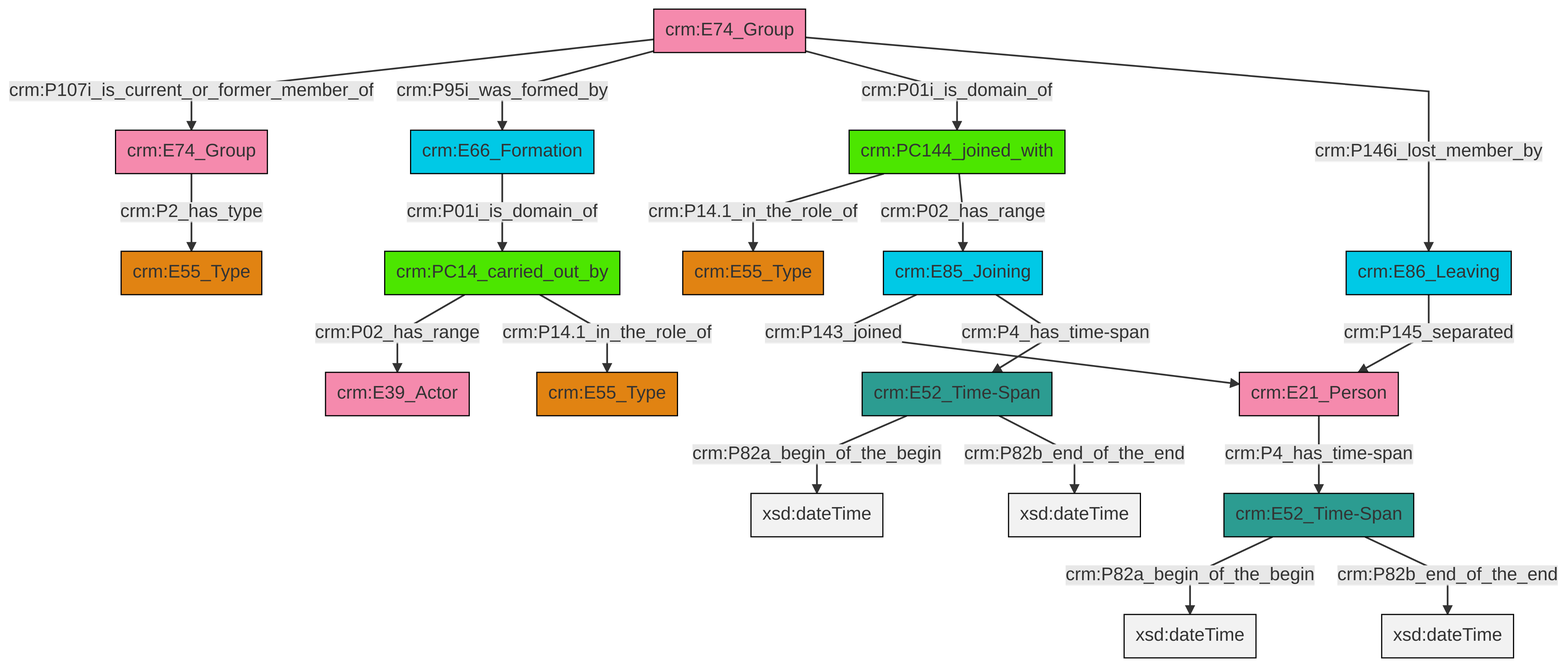
Before: et/groupCSV/ttl/mmd/png/group_actor_relations.png, a diagram exported from Mermaid (swiss-art-research-net/docs.swissartresearch). Its source is kept beside it as et/groupCSV/ttl/mmd/group_actor_relations.ttl.mmd. Its diagram source:
```mermaid
graph TD
classDef Literal fill:#f2f2f2,stroke:#000000;
classDef CRM_Entity fill:#FFFFFF,stroke:#000000;
classDef Temporal_Entity fill:#00C9E6, stroke:#000000;
classDef Type fill:#E18312, stroke:#000000;
classDef Time-Span fill:#2C9C91, stroke:#000000;
classDef Appellation fill:#FFEB7F, stroke:#000000;
classDef Place fill:#008836, stroke:#000000;
classDef Persistent_Item fill:#B266B2, stroke:#000000;
classDef Conceptual_Object fill:#FFD700, stroke:#000000;
classDef Physical_Thing fill:#D2B48C, stroke:#000000;
classDef Actor fill:#f58aad, stroke:#000000;
classDef PC_Classes fill:#4ce600, stroke:#000000;
classDef Multi fill:#cccccc,stroke:#000000;

2["crm:E52_Time-Span"]:::Time-Span -->|crm:P82a_begin_of_the_begin| 3[xsd:dateTime]:::Literal
0["crm:E86_Leaving"]:::Temporal_Entity -->|crm:P145_separated| 8["crm:E21_Person"]:::Actor
9["crm:E74_Group"]:::Actor -->|crm:P107i_is_current_or_former_member_of| 6["crm:E74_Group"]:::Actor
10["crm:E52_Time-Span"]:::Time-Span -->|crm:P82a_begin_of_the_begin| 11[xsd:dateTime]:::Literal
4["crm:PC14_carried_out_by"]:::PC_Classes -->|crm:P02_has_range| 16["crm:E39_Actor"]:::Actor
17["crm:E66_Formation"]:::Temporal_Entity -->|crm:P01i_is_domain_of| 4["crm:PC14_carried_out_by"]:::PC_Classes
4["crm:PC14_carried_out_by"]:::PC_Classes -->|crm:P14.1_in_the_role_of| 18["crm:E55_Type"]:::Type
9["crm:E74_Group"]:::Actor -->|crm:P95i_was_formed_by| 17["crm:E66_Formation"]:::Temporal_Entity
2["crm:E52_Time-Span"]:::Time-Span -->|crm:P82b_end_of_the_end| 22[xsd:dateTime]:::Literal
6["crm:E74_Group"]:::Actor -->|crm:P2_has_type| 12["crm:E55_Type"]:::Type
8["crm:E21_Person"]:::Actor -->|crm:P4_has_time-span| 10["crm:E52_Time-Span"]:::Time-Span
26["crm:E85_Joining"]:::Temporal_Entity -->|crm:P143_joined| 8["crm:E21_Person"]:::Actor
20["crm:PC144_joined_with"]:::PC_Classes -->|crm:P14.1_in_the_role_of| 14["crm:E55_Type"]:::Type
9["crm:E74_Group"]:::Actor -->|crm:P01i_is_domain_of| 20["crm:PC144_joined_with"]:::PC_Classes
10["crm:E52_Time-Span"]:::Time-Span -->|crm:P82b_end_of_the_end| 31[xsd:dateTime]:::Literal
26["crm:E85_Joining"]:::Temporal_Entity -->|crm:P4_has_time-span| 2["crm:E52_Time-Span"]:::Time-Span
9["crm:E74_Group"]:::Actor -->|crm:P146i_lost_member_by| 0["crm:E86_Leaving"]:::Temporal_Entity
20["crm:PC144_joined_with"]:::PC_Classes -->|crm:P02_has_range| 26["crm:E85_Joining"]:::Temporal_Entity
```
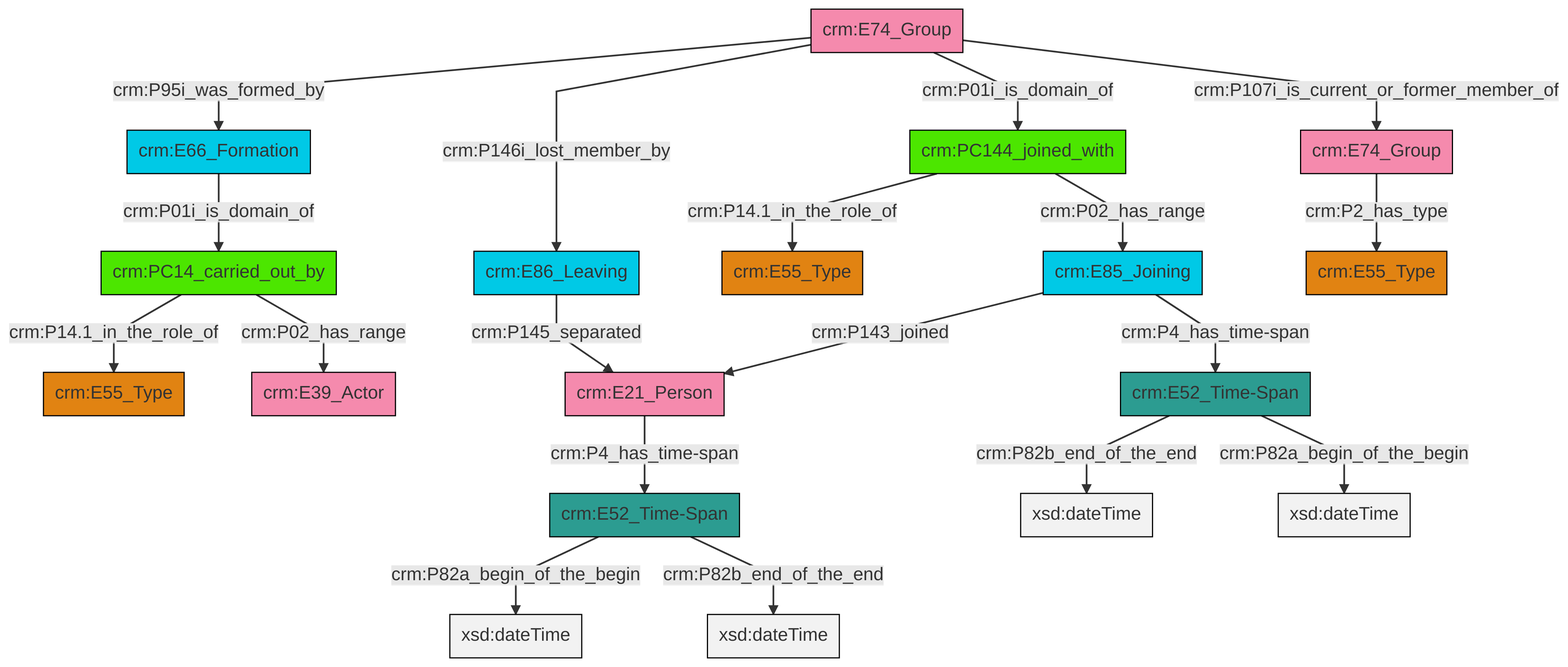
After the commit.

The edit, as a diff of the source:
```diff
@@ -13,21 +13,21 @@
 classDef PC_Classes fill:#4ce600, stroke:#000000;
 classDef Multi fill:#cccccc,stroke:#000000;
 
-2["crm:E52_Time-Span"]:::Time-Span -->|crm:P82a_begin_of_the_begin| 3[xsd:dateTime]:::Literal
-0["crm:E86_Leaving"]:::Temporal_Entity -->|crm:P145_separated| 8["crm:E21_Person"]:::Actor
-9["crm:E74_Group"]:::Actor -->|crm:P107i_is_current_or_former_member_of| 6["crm:E74_Group"]:::Actor
-10["crm:E52_Time-Span"]:::Time-Span -->|crm:P82a_begin_of_the_begin| 11[xsd:dateTime]:::Literal
-4["crm:PC14_carried_out_by"]:::PC_Classes -->|crm:P02_has_range| 16["crm:E39_Actor"]:::Actor
-17["crm:E66_Formation"]:::Temporal_Entity -->|crm:P01i_is_domain_of| 4["crm:PC14_carried_out_by"]:::PC_Classes
-4["crm:PC14_carried_out_by"]:::PC_Classes -->|crm:P14.1_in_the_role_of| 18["crm:E55_Type"]:::Type
-9["crm:E74_Group"]:::Actor -->|crm:P95i_was_formed_by| 17["crm:E66_Formation"]:::Temporal_Entity
-2["crm:E52_Time-Span"]:::Time-Span -->|crm:P82b_end_of_the_end| 22[xsd:dateTime]:::Literal
-6["crm:E74_Group"]:::Actor -->|crm:P2_has_type| 12["crm:E55_Type"]:::Type
-8["crm:E21_Person"]:::Actor -->|crm:P4_has_time-span| 10["crm:E52_Time-Span"]:::Time-Span
-26["crm:E85_Joining"]:::Temporal_Entity -->|crm:P143_joined| 8["crm:E21_Person"]:::Actor
-20["crm:PC144_joined_with"]:::PC_Classes -->|crm:P14.1_in_the_role_of| 14["crm:E55_Type"]:::Type
-9["crm:E74_Group"]:::Actor -->|crm:P01i_is_domain_of| 20["crm:PC144_joined_with"]:::PC_Classes
-10["crm:E52_Time-Span"]:::Time-Span -->|crm:P82b_end_of_the_end| 31[xsd:dateTime]:::Literal
-26["crm:E85_Joining"]:::Temporal_Entity -->|crm:P4_has_time-span| 2["crm:E52_Time-Span"]:::Time-Span
-9["crm:E74_Group"]:::Actor -->|crm:P146i_lost_member_by| 0["crm:E86_Leaving"]:::Temporal_Entity
-20["crm:PC144_joined_with"]:::PC_Classes -->|crm:P02_has_range| 26["crm:E85_Joining"]:::Temporal_Entity
+2["crm:PC144_joined_with"]:::PC_Classes -->|crm:P14.1_in_the_role_of| 3["crm:E55_Type"]:::Type
+6["crm:PC14_carried_out_by"]:::PC_Classes -->|crm:P14.1_in_the_role_of| 7["crm:E55_Type"]:::Type
+8["crm:E74_Group"]:::Actor -->|crm:P95i_was_formed_by| 4["crm:E66_Formation"]:::Temporal_Entity
+10["crm:E74_Group"]:::Actor -->|crm:P2_has_type| 12["crm:E55_Type"]:::Type
+0["crm:E52_Time-Span"]:::Time-Span -->|crm:P82b_end_of_the_end| 13[xsd:dateTime]:::Literal
+14["crm:E85_Joining"]:::Temporal_Entity -->|crm:P143_joined| 15["crm:E21_Person"]:::Actor
+4["crm:E66_Formation"]:::Temporal_Entity -->|crm:P01i_is_domain_of| 6["crm:PC14_carried_out_by"]:::PC_Classes
+8["crm:E74_Group"]:::Actor -->|crm:P146i_lost_member_by| 19["crm:E86_Leaving"]:::Temporal_Entity
+2["crm:PC144_joined_with"]:::PC_Classes -->|crm:P02_has_range| 14["crm:E85_Joining"]:::Temporal_Entity
+6["crm:PC14_carried_out_by"]:::PC_Classes -->|crm:P02_has_range| 17["crm:E39_Actor"]:::Actor
+19["crm:E86_Leaving"]:::Temporal_Entity -->|crm:P145_separated| 15["crm:E21_Person"]:::Actor
+24["crm:E52_Time-Span"]:::Time-Span -->|crm:P82a_begin_of_the_begin| 26[xsd:dateTime]:::Literal
+8["crm:E74_Group"]:::Actor -->|crm:P01i_is_domain_of| 2["crm:PC144_joined_with"]:::PC_Classes
+14["crm:E85_Joining"]:::Temporal_Entity -->|crm:P4_has_time-span| 0["crm:E52_Time-Span"]:::Time-Span
+8["crm:E74_Group"]:::Actor -->|crm:P107i_is_current_or_former_member_of| 10["crm:E74_Group"]:::Actor
+15["crm:E21_Person"]:::Actor -->|crm:P4_has_time-span| 24["crm:E52_Time-Span"]:::Time-Span
+24["crm:E52_Time-Span"]:::Time-Span -->|crm:P82b_end_of_the_end| 31[xsd:dateTime]:::Literal
+0["crm:E52_Time-Span"]:::Time-Span -->|crm:P82a_begin_of_the_begin| 33[xsd:dateTime]:::Literal
```
